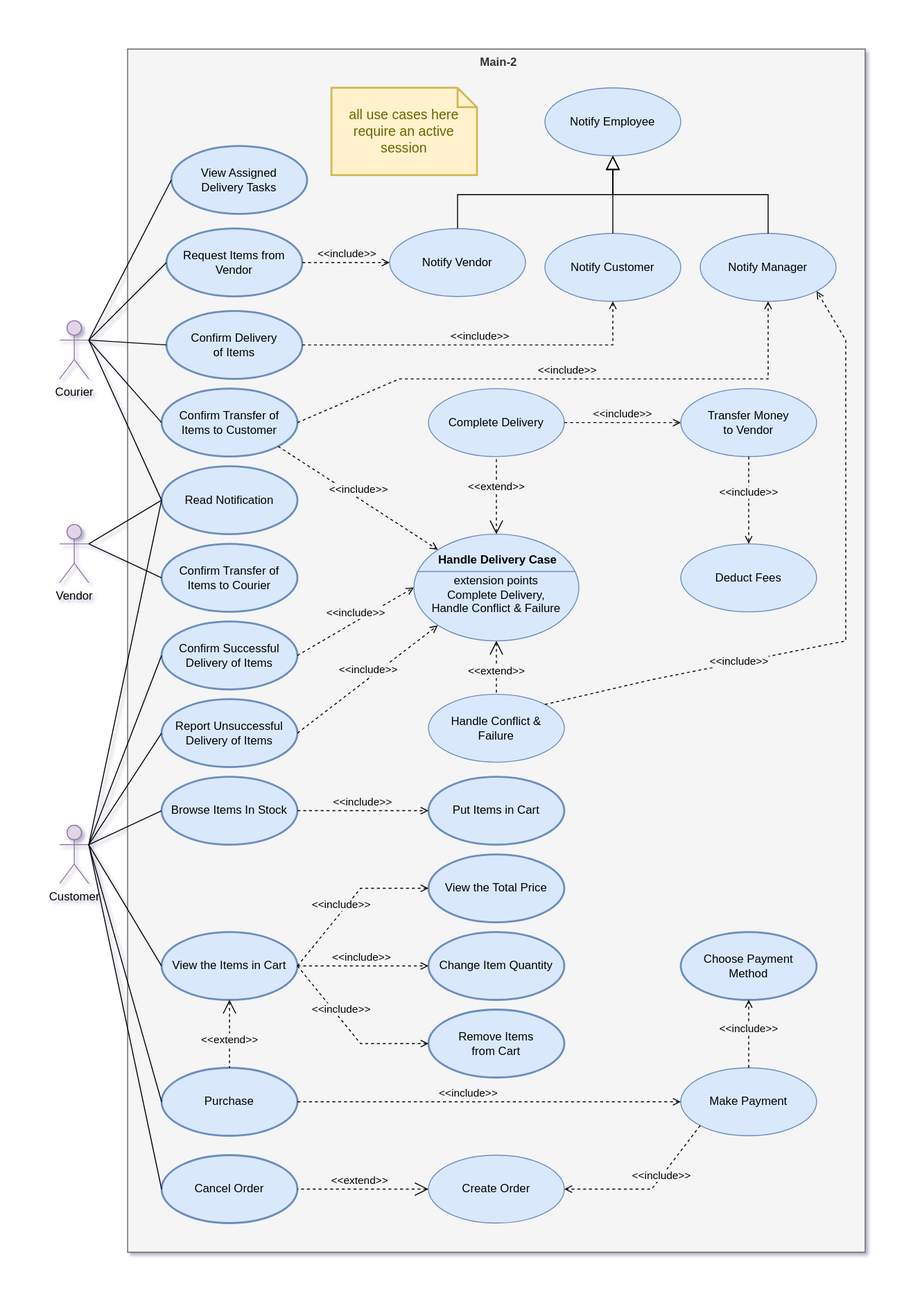
Before: software requirement/spec/media/use-case/main-2.drawio.svg, a diagram exported from draw.io (nati-esh-zed/online_shopping_webapp). Source tidied: cells renumbered, new cells last; positions are measured from the earlier drawing's top-left corner, leaving out a move shared by most shapes.
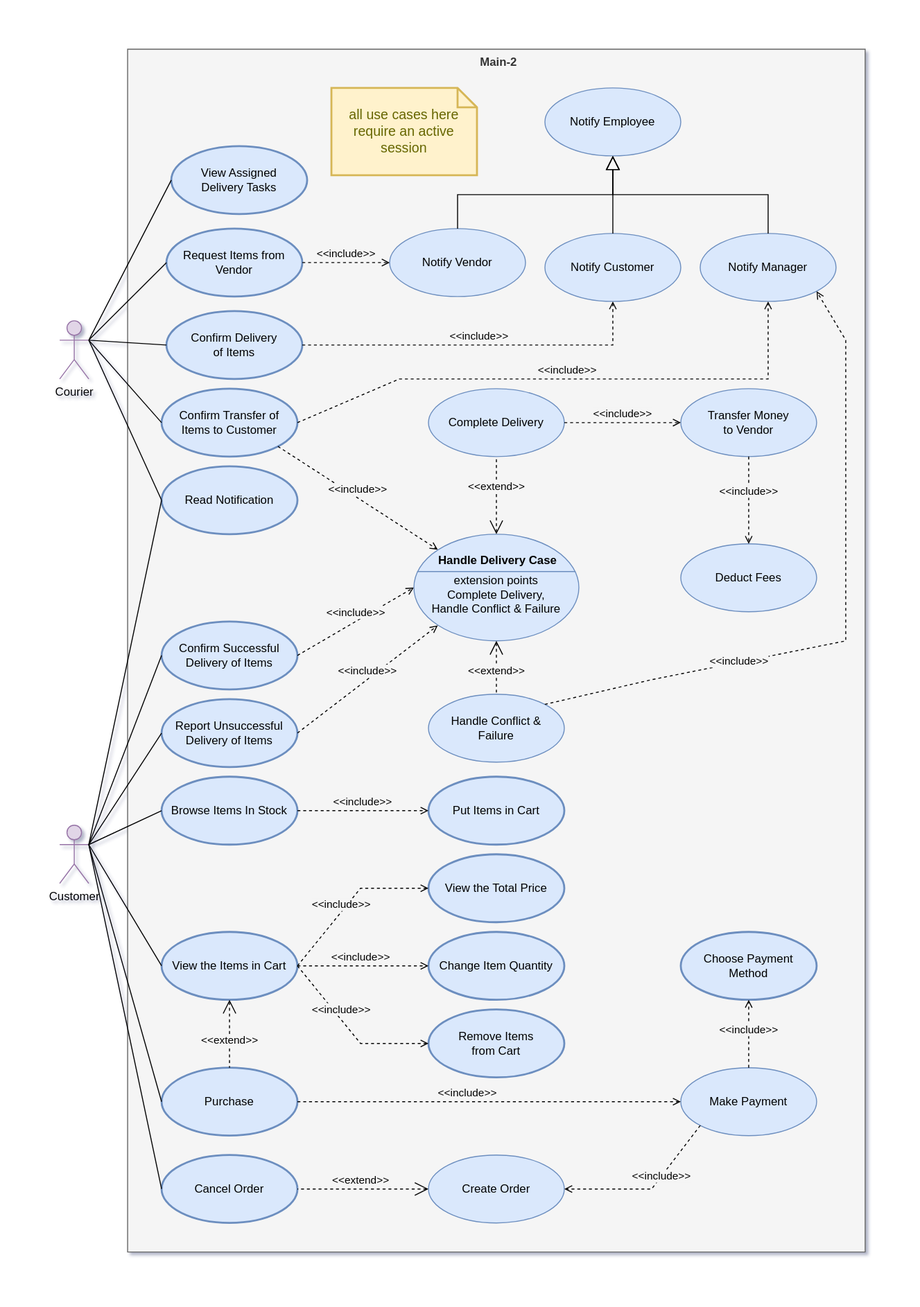
After the commit.

What changed in the source:
```diff
@@ -11,9 +11,6 @@
     <mxCell id="4" style="edgeStyle=none;html=1;endArrow=none;verticalAlign=bottom;rounded=0;exitX=1;exitY=0.3333333333333333;exitDx=0;exitDy=0;entryX=0;entryY=0.5;entryDx=0;entryDy=0;exitPerimeter=0;" parent="1" edge="1" source="14" target="3">
       <mxGeometry relative="1" as="geometry" />
     </mxCell>
-    <mxCell id="5" value="Vendor" style="shape=umlActor;html=1;verticalLabelPosition=bottom;verticalAlign=top;align=center;fillColor=#e1d5e7;strokeColor=#9673a6;" parent="1" vertex="1">
-      <mxGeometry y="490" width="30" height="60" as="geometry" />
-    </mxCell>
     <mxCell id="6" value="Notify Vendor" style="ellipse;whiteSpace=wrap;html=1;fillColor=#dae8fc;strokeColor=#6c8ebf;" parent="1" vertex="1">
       <mxGeometry x="340" y="185" width="140" height="70" as="geometry" />
     </mxCell>
@@ -34,9 +31,6 @@
     <mxCell id="10" value="Customer" style="shape=umlActor;html=1;verticalLabelPosition=bottom;verticalAlign=top;align=center;fillColor=#e1d5e7;strokeColor=#9673a6;" parent="1" vertex="1">
       <mxGeometry y="800" width="30" height="60" as="geometry" />
     </mxCell>
-    <mxCell id="11" style="edgeStyle=none;html=1;endArrow=none;verticalAlign=bottom;rounded=0;exitX=1;exitY=0.3333333333333333;exitDx=0;exitDy=0;entryX=0;entryY=0.5;entryDx=0;entryDy=0;exitPerimeter=0;" parent="1" edge="1" source="5" target="22">
-      <mxGeometry relative="1" as="geometry" />
-    </mxCell>
     <mxCell id="12" value="Notify Customer" style="ellipse;whiteSpace=wrap;html=1;fillColor=#dae8fc;strokeColor=#6c8ebf;" parent="1" vertex="1">
       <mxGeometry x="500" y="190" width="140" height="70" as="geometry" />
     </mxCell>
@@ -90,12 +84,6 @@
     <mxCell id="26" style="edgeStyle=none;html=1;endArrow=none;verticalAlign=bottom;rounded=0;exitX=1;exitY=0.3333333333333333;exitDx=0;exitDy=0;entryX=0;entryY=0.5;entryDx=0;entryDy=0;exitPerimeter=0;" parent="1" edge="1" source="14" target="25">
       <mxGeometry relative="1" as="geometry" />
     </mxCell>
-    <mxCell id="27" value="Confirm Transfer of &lt;br&gt;Items to Courier" style="ellipse;whiteSpace=wrap;html=1;fillColor=#dae8fc;strokeColor=#6c8ebf;strokeWidth=2;" parent="1" vertex="1">
-      <mxGeometry x="105" y="510" width="140" height="70" as="geometry" />
-    </mxCell>
-    <mxCell id="28" style="edgeStyle=none;html=1;endArrow=none;verticalAlign=bottom;rounded=0;exitX=1;exitY=0.3333333333333333;exitDx=0;exitDy=0;entryX=0;entryY=0.5;entryDx=0;entryDy=0;exitPerimeter=0;" parent="1" edge="1" source="5" target="27">
-      <mxGeometry relative="1" as="geometry" />
-    </mxCell>
     <mxCell id="29" value="Browse Items In Stock" style="ellipse;whiteSpace=wrap;html=1;fillColor=#dae8fc;strokeColor=#6c8ebf;strokeWidth=2;" parent="1" vertex="1">
       <mxGeometry x="105" y="750" width="140" height="70" as="geometry" />
     </mxCell>
```
